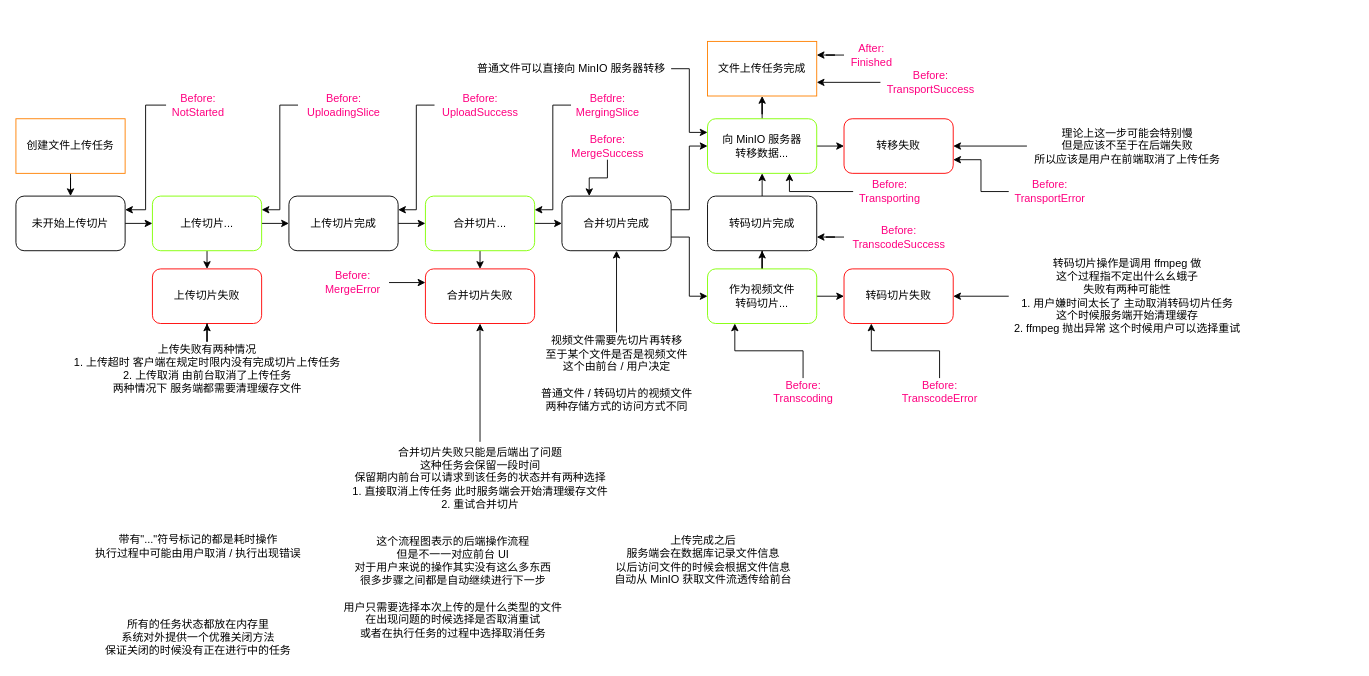
FirokOtaku/JFlowBytes keeps this draw.io diagram as doc/task_file_upload.drawio. Above is the earlier version. Source tidied: cells renumbered, new cells numbered last; positions are measured from the earlier drawing's top-left corner, leaving out a move shared by most shapes. Both pictures are drawn from the tidied source at 91%, with x=0, y=0 at pixel (15, 41).
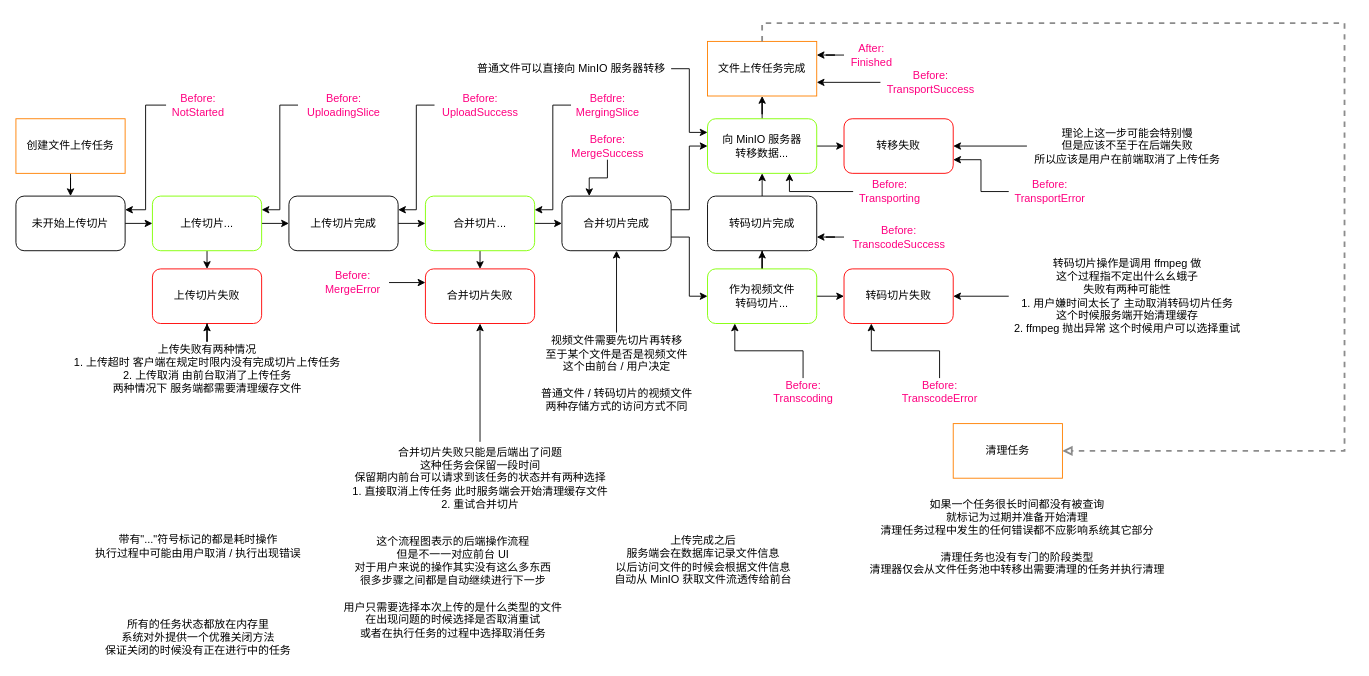
Above is the later version.

The change refers to these unchanged cells:
```xml
<mxCell id="30" value="文件上传任务完成" style="whiteSpace=wrap;html=1;strokeColor=#FF8000;" parent="1" vertex="1">
  <mxGeometry x="760" width="120" height="60" as="geometry" />
</mxCell>
```

Diff of the diagram source:
```diff
@@
+    <mxCell id="72" value="清理任务" style="rounded=0;whiteSpace=wrap;html=1;strokeColor=#FF8000;" parent="1" vertex="1">
+      <mxGeometry x="1030" y="420" width="120" height="60" as="geometry" />
+    </mxCell>
+    <mxCell id="73" value="如果一个任务很长时间都没有被查询&lt;br&gt;就标记为过期并准备开始清理&lt;br&gt;清理任务过程中发生的任何错误都不应影响系统其它部分&lt;br&gt;&lt;br&gt;清理任务也没有专门的阶段类型&lt;br&gt;清理器仅会从文件任务池中转移出需要清理的任务并执行清理&lt;br&gt;" style="text;html=1;align=center;verticalAlign=middle;strokeColor=none;fillColor=none;" parent="1" vertex="1">
+      <mxGeometry x="930" y="500" width="340" height="90" as="geometry" />
+    </mxCell>
+    <mxCell id="74" style="endArrow=block;dashed=1;html=1;exitX=0.5;exitY=0;exitDx=0;exitDy=0;entryX=1;entryY=0.5;entryDx=0;entryDy=0;rounded=0;strokeWidth=2;startArrow=none;startFill=0;endFill=0;strokeColor=#8C8C8C;shadow=0;" parent="1" edge="1" source="30" target="72">
+      <mxGeometry relative="1" as="geometry">
+        <Array as="points">
+          <mxPoint x="820" y="-20" />
+          <mxPoint x="1460" y="-20" />
+          <mxPoint x="1460" y="450" />
+        </Array>
+      </mxGeometry>
+    </mxCell>
```
